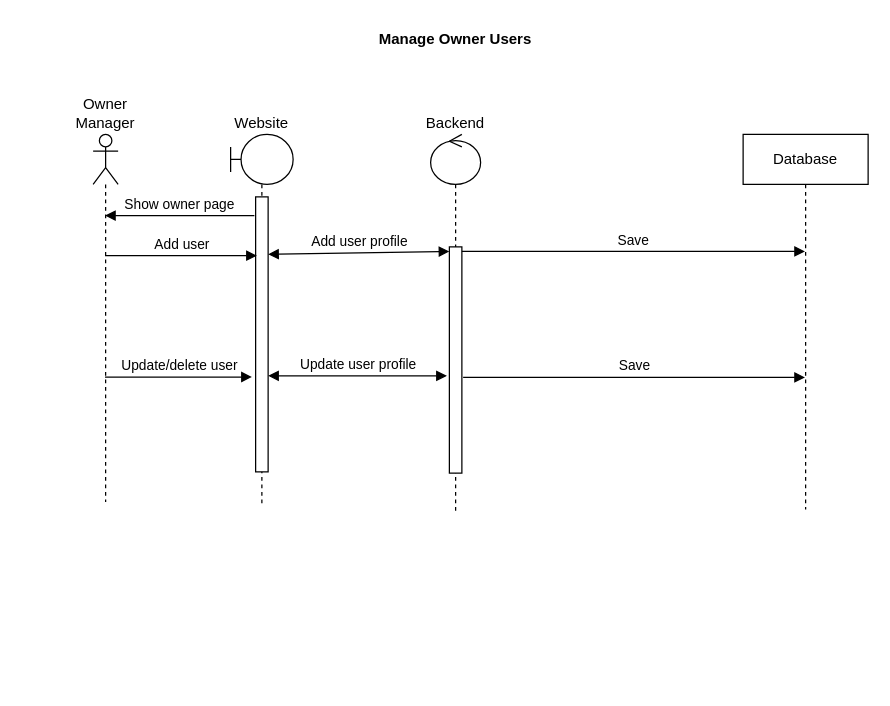
The draw.io diagram diagrams/Owner Sequence Diagram.drawio in Deep12345qe/Restauraunt-Website, before the edit. Source tidied: cells renumbered, new cells numbered last; positions are measured from the earlier drawing's top-left corner, leaving out a move shared by most shapes. Both pictures are drawn from the tidied source at 125%, with x=0, y=0 at pixel (92, 21).
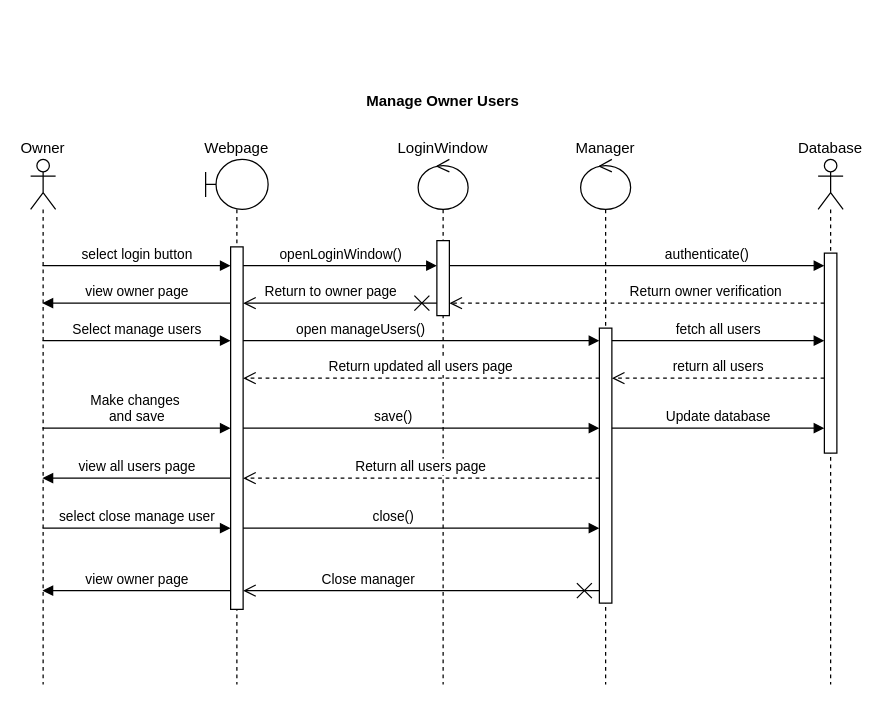
The same page after the edit.

The edit, as a diff of the source:
```diff
@@
-    <mxCell id="2" value="Owner Manager" style="shape=umlLifeline;participant=umlActor;perimeter=lifelinePerimeter;whiteSpace=wrap;html=1;verticalAlign=bottom;spacingTop=36;outlineConnect=0;size=40;gradientColor=none;horizontal=1;labelPosition=center;verticalLabelPosition=top;align=center;" parent="1" vertex="1">
-      <mxGeometry y="90" width="20" height="294" as="geometry" />
-    </mxCell>
-    <mxCell id="3" value="Website" style="shape=umlLifeline;participant=umlBoundary;perimeter=lifelinePerimeter;whiteSpace=wrap;html=1;verticalAlign=bottom;spacingTop=36;labelPosition=center;verticalLabelPosition=top;align=center;" parent="1" vertex="1">
-      <mxGeometry x="110" y="90" width="50" height="297" as="geometry" />
-    </mxCell>
-    <mxCell id="4" style="html=1;points=[];perimeter=orthogonalPerimeter;gradientColor=none;" parent="3" vertex="1">
-      <mxGeometry x="20" y="50" width="10" height="220" as="geometry" />
-    </mxCell>
-    <mxCell id="5" value="Backend" style="shape=umlLifeline;participant=umlControl;perimeter=lifelinePerimeter;whiteSpace=wrap;html=1;verticalAlign=bottom;spacingTop=36;labelPosition=center;verticalLabelPosition=top;align=center;" parent="1" vertex="1">
-      <mxGeometry x="270" y="90" width="40" height="302" as="geometry" />
-    </mxCell>
-    <mxCell id="6" style="html=1;points=[];perimeter=orthogonalPerimeter;gradientColor=none;" parent="5" vertex="1">
-      <mxGeometry x="15" y="90" width="10" height="181" as="geometry" />
-    </mxCell>
+    <mxCell id="15" value="Manage Owner Users" style="text;align=center;fontStyle=1;verticalAlign=middle;spacingLeft=3;spacingRight=3;strokeColor=none;gradientColor=none;" parent="1" vertex="1">
+      <mxGeometry x="240" y="50" width="80" height="26" as="geometry" />
+    </mxCell>
+    <mxCell id="16" value="Owner" style="shape=umlLifeline;participant=umlActor;perimeter=lifelinePerimeter;whiteSpace=wrap;html=1;verticalAlign=bottom;spacingTop=36;labelPosition=center;verticalLabelPosition=top;align=center;" parent="1" vertex="1">
+      <mxGeometry x="-50" y="110" width="20" height="420" as="geometry" />
+    </mxCell>
+    <mxCell id="17" value="Webpage" style="shape=umlLifeline;participant=umlBoundary;perimeter=lifelinePerimeter;whiteSpace=wrap;html=1;verticalAlign=bottom;spacingTop=36;labelPosition=center;verticalLabelPosition=top;align=center;" parent="1" vertex="1">
+      <mxGeometry x="90" y="110" width="50" height="420" as="geometry" />
+    </mxCell>
+    <mxCell id="18" style="html=1;perimeter=orthogonalPerimeter;" parent="17" vertex="1">
+      <mxGeometry x="20" y="70" width="10" height="290" as="geometry" />
+    </mxCell>
-    <mxCell id="7" value="Database" style="shape=umlLifeline;perimeter=lifelinePerimeter;whiteSpace=wrap;html=1;outlineConnect=0;" parent="1" vertex="1">
-      <mxGeometry x="520" y="90" width="100" height="300" as="geometry" />
+    <mxCell id="7" value="Database" style="shape=umlLifeline;participant=umlActor;perimeter=lifelinePerimeter;whiteSpace=wrap;html=1;verticalAlign=bottom;spacingTop=36;outlineConnect=0;labelPosition=center;verticalLabelPosition=top;align=center;" parent="1" vertex="1">
+      <mxGeometry x="580" y="110" width="20" height="420" as="geometry" />
     </mxCell>
-    <mxCell id="8" value="Show owner page" style="html=1;verticalAlign=bottom;endArrow=block;rounded=0;exitX=-0.1;exitY=0.068;exitDx=0;exitDy=0;exitPerimeter=0;" parent="1" edge="1" source="4" target="2">
-      <mxGeometry relative="1" as="geometry" />
-    </mxCell>
-    <mxCell id="9" value="Add user" style="html=1;verticalAlign=bottom;endArrow=block;rounded=0;entryX=0.1;entryY=0.214;entryDx=0;entryDy=0;entryPerimeter=0;" parent="1" edge="1" source="2" target="4">
-      <mxGeometry relative="1" as="geometry" />
-    </mxCell>
-    <mxCell id="10" value="Update/delete user" style="html=1;verticalAlign=bottom;endArrow=block;rounded=0;entryX=-0.3;entryY=0.655;entryDx=0;entryDy=0;entryPerimeter=0;" parent="1" edge="1" source="2" target="4">
-      <mxGeometry relative="1" as="geometry" />
-    </mxCell>
-    <mxCell id="11" value="Add user profile" style="endArrow=block;startArrow=block;endFill=1;startFill=1;html=1;rounded=0;labelPosition=center;verticalLabelPosition=top;align=center;verticalAlign=bottom;entryX=0;entryY=0.02;entryDx=0;entryDy=0;entryPerimeter=0;exitX=1;exitY=0.209;exitDx=0;exitDy=0;exitPerimeter=0;" parent="1" edge="1" source="4" target="6">
-      <mxGeometry relative="1" as="geometry" />
-    </mxCell>
-    <mxCell id="12" value="Save" style="html=1;verticalAlign=bottom;endArrow=block;rounded=0;exitX=1;exitY=0.02;exitDx=0;exitDy=0;exitPerimeter=0;" parent="1" edge="1" source="6" target="7">
-      <mxGeometry relative="1" as="geometry" />
-    </mxCell>
-    <mxCell id="13" value="Update user profile" style="endArrow=block;startArrow=block;endFill=1;startFill=1;html=1;rounded=0;entryX=-0.2;entryY=0.57;entryDx=0;entryDy=0;entryPerimeter=0;labelPosition=center;verticalLabelPosition=top;align=center;verticalAlign=bottom;" parent="1" edge="1" source="4" target="6">
-      <mxGeometry relative="1" as="geometry" />
-    </mxCell>
-    <mxCell id="14" value="Save" style="html=1;verticalAlign=bottom;endArrow=block;rounded=0;exitX=1.1;exitY=0.577;exitDx=0;exitDy=0;exitPerimeter=0;" parent="1" edge="1" source="6" target="7">
-      <mxGeometry relative="1" as="geometry" />
-    </mxCell>
-    <mxCell id="15" value="Manage Owner Users" style="text;align=center;fontStyle=1;verticalAlign=middle;spacingLeft=3;spacingRight=3;strokeColor=none;gradientColor=none;" parent="1" vertex="1">
-      <mxGeometry x="250" width="80" height="26" as="geometry" />
-    </mxCell>
+    <mxCell id="19" style="html=1;points=[];perimeter=orthogonalPerimeter;" parent="7" vertex="1">
+      <mxGeometry x="5" y="75" width="10" height="160" as="geometry" />
+    </mxCell>
+    <mxCell id="20" value="Manager" style="shape=umlLifeline;participant=umlControl;perimeter=lifelinePerimeter;whiteSpace=wrap;html=1;verticalAlign=bottom;spacingTop=36;labelPosition=center;verticalLabelPosition=top;align=center;" parent="1" vertex="1">
+      <mxGeometry x="390" y="110" width="40" height="420" as="geometry" />
+    </mxCell>
+    <mxCell id="21" style="html=1;points=[];perimeter=orthogonalPerimeter;" parent="20" vertex="1">
+      <mxGeometry x="15" y="135" width="10" height="220" as="geometry" />
+    </mxCell>
+    <mxCell id="22" value="LoginWindow" style="shape=umlLifeline;participant=umlControl;perimeter=lifelinePerimeter;whiteSpace=wrap;html=1;verticalAlign=bottom;spacingTop=36;labelPosition=center;verticalLabelPosition=top;align=center;" parent="1" vertex="1">
+      <mxGeometry x="260" y="110" width="40" height="420" as="geometry" />
+    </mxCell>
+    <mxCell id="23" style="html=1;points=[];perimeter=orthogonalPerimeter;" parent="22" vertex="1">
+      <mxGeometry x="15" y="65" width="10" height="60" as="geometry" />
+    </mxCell>
+    <mxCell id="24" value="select login button" style="html=1;verticalAlign=bottom;endArrow=block;rounded=0;" parent="1" edge="1">
+      <mxGeometry relative="1" as="geometry">
+        <mxPoint x="-40.5" y="195" as="sourcePoint" />
+        <mxPoint x="110" y="195" as="targetPoint" />
+        <Array as="points">
+          <mxPoint x="-10" y="195" />
+        </Array>
+      </mxGeometry>
+    </mxCell>
+    <mxCell id="25" value="openLoginWindow()" style="html=1;verticalAlign=bottom;endArrow=block;rounded=0;" parent="1" edge="1" target="23">
+      <mxGeometry relative="1" as="geometry">
+        <mxPoint x="120" y="195" as="sourcePoint" />
+        <Array as="points">
+          <mxPoint x="150" y="195" />
+        </Array>
+      </mxGeometry>
+    </mxCell>
+    <mxCell id="26" value="authenticate()" style="html=1;verticalAlign=bottom;endArrow=block;rounded=0;" parent="1" edge="1" source="23" target="19">
+      <mxGeometry x="0.37" relative="1" as="geometry">
+        <Array as="points">
+          <mxPoint x="560" y="195" />
+        </Array>
+      </mxGeometry>
+    </mxCell>
+    <mxCell id="27" value="Return owner verification" style="html=1;verticalAlign=bottom;endArrow=open;dashed=1;endSize=8;rounded=0;" parent="1" edge="1" source="19" target="23">
+      <mxGeometry x="-0.37" relative="1" as="geometry">
+        <Array as="points">
+          <mxPoint x="540" y="225" />
+        </Array>
+      </mxGeometry>
+    </mxCell>
+    <mxCell id="28" value="Select manage users" style="html=1;verticalAlign=bottom;endArrow=block;rounded=0;" parent="1" edge="1">
+      <mxGeometry relative="1" as="geometry">
+        <mxPoint x="-40.5" y="255" as="sourcePoint" />
+        <mxPoint x="110" y="255" as="targetPoint" />
+        <Array as="points">
+          <mxPoint x="70" y="255" />
+        </Array>
+      </mxGeometry>
+    </mxCell>
+    <mxCell id="29" value="open manageUsers()" style="html=1;verticalAlign=bottom;endArrow=block;rounded=0;" parent="1" edge="1" target="21">
+      <mxGeometry x="-0.34" relative="1" as="geometry">
+        <mxPoint x="120" y="255" as="sourcePoint" />
+        <Array as="points">
+          <mxPoint x="170" y="255" />
+        </Array>
+      </mxGeometry>
+    </mxCell>
+    <mxCell id="30" value="return all users" style="html=1;verticalAlign=bottom;endArrow=open;dashed=1;endSize=8;rounded=0;" parent="1" edge="1" source="19" target="21">
+      <mxGeometry relative="1" as="geometry">
+        <Array as="points">
+          <mxPoint x="560" y="285" />
+        </Array>
+      </mxGeometry>
+    </mxCell>
+    <mxCell id="31" value="Return all users page" style="html=1;verticalAlign=bottom;endArrow=open;dashed=1;endSize=8;rounded=0;" parent="1" edge="1" source="21">
+      <mxGeometry relative="1" as="geometry">
+        <mxPoint x="120" y="365" as="targetPoint" />
+        <Array as="points">
+          <mxPoint x="370" y="365" />
+        </Array>
+      </mxGeometry>
+    </mxCell>
+    <mxCell id="32" value="fetch all users" style="html=1;verticalAlign=bottom;endArrow=block;rounded=0;" parent="1" edge="1" source="21" target="19">
+      <mxGeometry relative="1" as="geometry">
+        <Array as="points">
+          <mxPoint x="540" y="255" />
+        </Array>
+      </mxGeometry>
+    </mxCell>
+    <mxCell id="33" value="Make changes&amp;nbsp;&lt;br&gt;and save" style="html=1;verticalAlign=bottom;endArrow=block;rounded=0;" parent="1" edge="1">
+      <mxGeometry relative="1" as="geometry">
+        <mxPoint x="-40.5" y="325" as="sourcePoint" />
+        <mxPoint x="110" y="325" as="targetPoint" />
+        <Array as="points">
+          <mxPoint x="70" y="325" />
+        </Array>
+      </mxGeometry>
+    </mxCell>
+    <mxCell id="34" value="save()" style="html=1;verticalAlign=bottom;endArrow=block;rounded=0;" parent="1" edge="1" target="21">
+      <mxGeometry x="-0.16" relative="1" as="geometry">
+        <mxPoint x="120" y="325" as="sourcePoint" />
+        <Array as="points">
+          <mxPoint x="280" y="325" />
+        </Array>
+      </mxGeometry>
+    </mxCell>
+    <mxCell id="35" value="Update database" style="html=1;verticalAlign=bottom;endArrow=block;rounded=0;" parent="1" edge="1" source="21" target="19">
+      <mxGeometry relative="1" as="geometry">
+        <Array as="points">
+          <mxPoint x="550" y="325" />
+        </Array>
+      </mxGeometry>
+    </mxCell>
+    <mxCell id="36" value="Return updated all users page" style="html=1;verticalAlign=bottom;endArrow=open;dashed=1;endSize=8;rounded=0;" parent="1" edge="1" source="21">
+      <mxGeometry relative="1" as="geometry">
+        <mxPoint x="120" y="285" as="targetPoint" />
+        <Array as="points">
+          <mxPoint x="360" y="285" />
+        </Array>
+      </mxGeometry>
+    </mxCell>
+    <mxCell id="37" value="Close manager" style="endArrow=open;startArrow=cross;endFill=0;startFill=0;endSize=8;startSize=10;html=1;rounded=0;labelPosition=center;verticalLabelPosition=top;align=center;verticalAlign=bottom;" parent="1" edge="1" source="21">
+      <mxGeometry x="0.3" relative="1" as="geometry">
+        <mxPoint x="120" y="455" as="targetPoint" />
+        <Array as="points">
+          <mxPoint x="360" y="455" />
+        </Array>
+      </mxGeometry>
+    </mxCell>
+    <mxCell id="38" value="select close manage user" style="html=1;verticalAlign=bottom;endArrow=block;rounded=0;" parent="1" edge="1">
+      <mxGeometry relative="1" as="geometry">
+        <mxPoint x="-40.5" y="405" as="sourcePoint" />
+        <mxPoint x="110" y="405" as="targetPoint" />
+        <Array as="points">
+          <mxPoint x="60" y="405" />
+        </Array>
+      </mxGeometry>
+    </mxCell>
+    <mxCell id="39" value="close()" style="html=1;verticalAlign=bottom;endArrow=block;rounded=0;" parent="1" edge="1" target="21">
+      <mxGeometry x="-0.16" relative="1" as="geometry">
+        <mxPoint x="120" y="405" as="sourcePoint" />
+        <Array as="points">
+          <mxPoint x="370" y="405" />
+        </Array>
+      </mxGeometry>
+    </mxCell>
+    <mxCell id="40" value="Return to owner page" style="endArrow=open;startArrow=cross;endFill=0;startFill=0;endSize=8;startSize=10;html=1;rounded=0;labelPosition=center;verticalLabelPosition=top;align=center;verticalAlign=bottom;" parent="1" edge="1" source="23">
+      <mxGeometry x="0.1" relative="1" as="geometry">
+        <mxPoint x="120" y="225" as="targetPoint" />
+        <Array as="points">
+          <mxPoint x="220" y="225" />
+        </Array>
+      </mxGeometry>
+    </mxCell>
+    <mxCell id="41" value="view all users page" style="html=1;verticalAlign=bottom;endArrow=block;rounded=0;" parent="1" edge="1">
+      <mxGeometry relative="1" as="geometry">
+        <mxPoint x="110" y="365" as="sourcePoint" />
+        <mxPoint x="-40.5" y="365" as="targetPoint" />
+        <Array as="points">
+          <mxPoint x="70" y="365" />
+        </Array>
+      </mxGeometry>
+    </mxCell>
+    <mxCell id="42" value="view owner page" style="html=1;verticalAlign=bottom;endArrow=block;rounded=0;" parent="1" edge="1">
+      <mxGeometry relative="1" as="geometry">
+        <mxPoint x="110" y="455" as="sourcePoint" />
+        <mxPoint x="-40.5" y="455" as="targetPoint" />
+        <Array as="points">
+          <mxPoint x="90" y="455" />
+        </Array>
+      </mxGeometry>
+    </mxCell>
+    <mxCell id="43" value="view owner page" style="html=1;verticalAlign=bottom;endArrow=block;rounded=0;" parent="1" edge="1">
+      <mxGeometry relative="1" as="geometry">
+        <mxPoint x="110" y="225" as="sourcePoint" />
+        <mxPoint x="-40.5" y="225" as="targetPoint" />
+        <Array as="points">
+          <mxPoint x="90" y="225" />
+        </Array>
+      </mxGeometry>
+    </mxCell>
```
